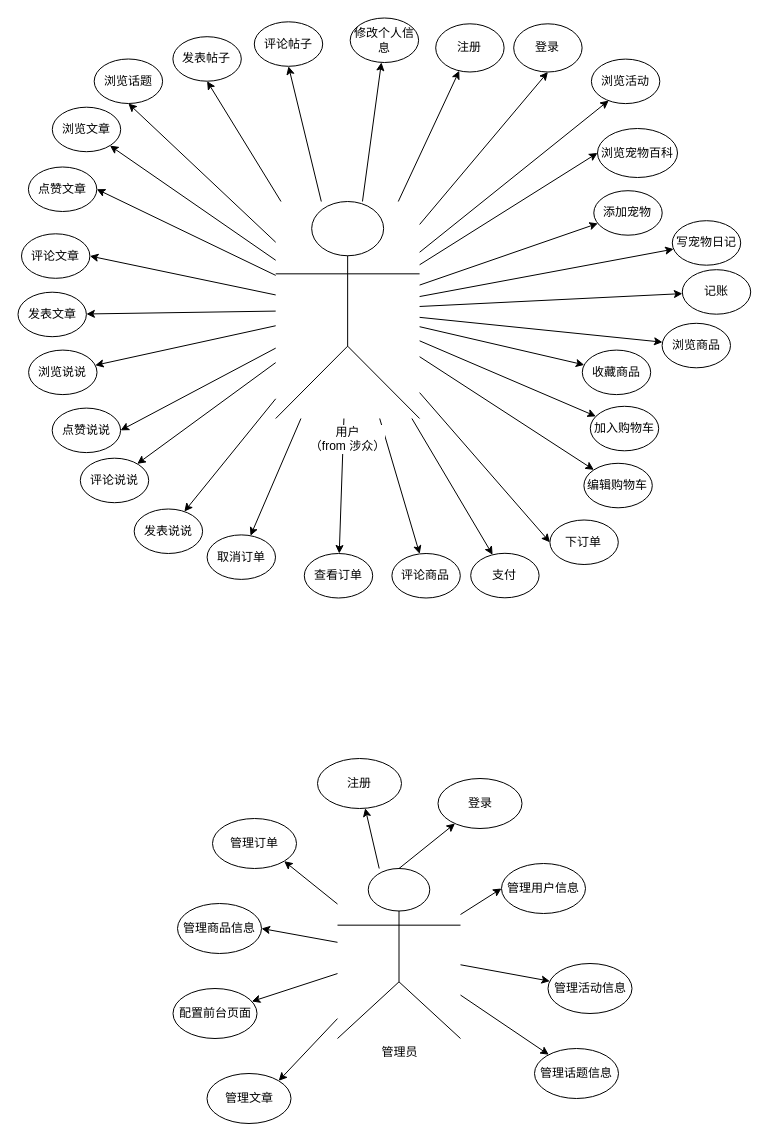
Above: pet/uml/业务建模/uml-业务用例图.drawio in JMHello/draw (draw.io), before the change. Source tidied: cells renumbered, new cells numbered last; positions are measured from the earlier drawing's top-left corner, leaving out a move shared by most shapes. Both pictures are drawn from the tidied source at 100%, with x=0, y=0 at pixel (17, 18).
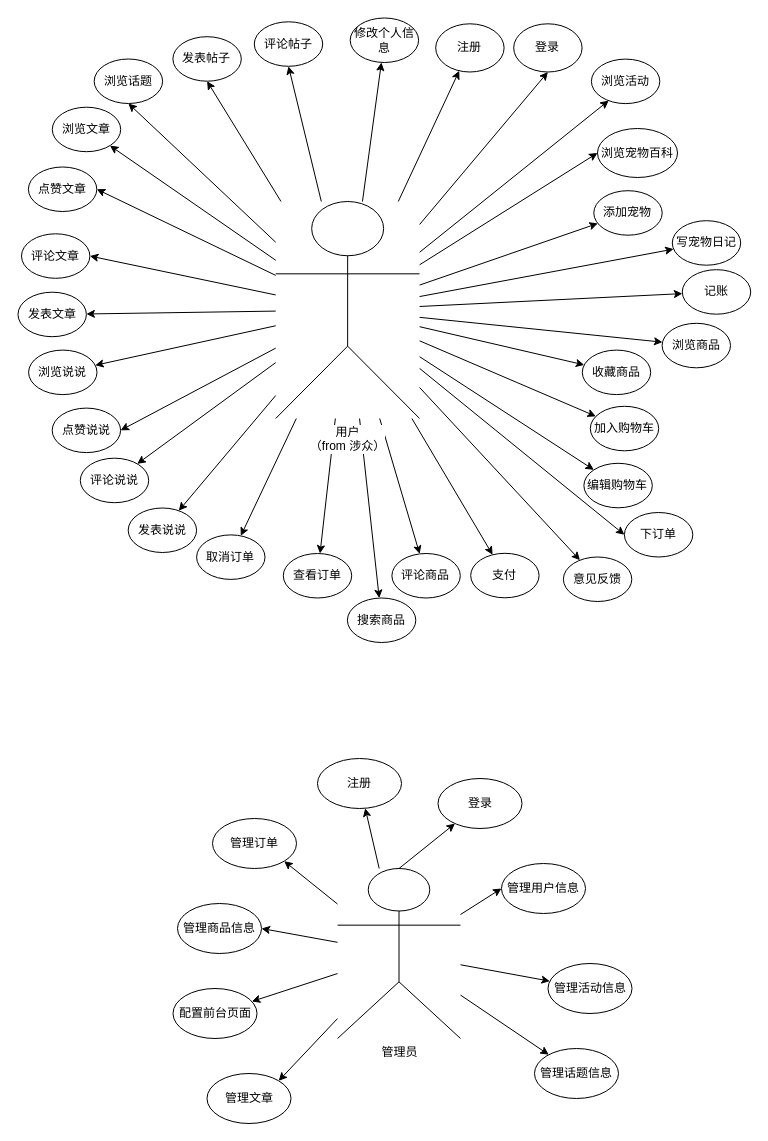
The same page after the edit.

Commit message:
Update uml-业务用例图.drawio

The change refers to these unchanged cells:
```xml
<mxCell id="74" value="用户&lt;br&gt;（from 涉众）&lt;br&gt;" style="shape=umlActor;verticalLabelPosition=bottom;labelBackgroundColor=#ffffff;verticalAlign=top;html=1;" parent="1" vertex="1">
  <mxGeometry x="258.2" y="183" width="143.9" height="217" as="geometry" />
</mxCell>
```

Change to the diagram source:
```diff
@@
     <mxCell id="41" value="发表说说" style="ellipse;whiteSpace=wrap;html=1;" parent="1" vertex="1">
-      <mxGeometry x="116.7" y="490.5" width="68.4" height="44.5" as="geometry" />
+      <mxGeometry x="110.7" y="489.5" width="68.4" height="44.5" as="geometry" />
     </mxCell>
@@
     <mxCell id="61" value="下订单" style="ellipse;whiteSpace=wrap;html=1;" parent="1" vertex="1">
-      <mxGeometry x="532.4" y="501.5" width="68.4" height="44.5" as="geometry" />
+      <mxGeometry x="606.9" y="494" width="68.4" height="44.5" as="geometry" />
     </mxCell>
@@
     <mxCell id="65" value="取消订单" style="ellipse;whiteSpace=wrap;html=1;" parent="1" vertex="1">
-      <mxGeometry x="189.6" y="516.4" width="68.4" height="44.5" as="geometry" />
+      <mxGeometry x="179.1" y="516.4" width="68.4" height="44.5" as="geometry" />
     </mxCell>
@@
     <mxCell id="67" value="查看订单" style="ellipse;whiteSpace=wrap;html=1;" parent="1" vertex="1">
-      <mxGeometry x="286.8" y="535" width="68.4" height="44.5" as="geometry" />
+      <mxGeometry x="265.8" y="535" width="68.4" height="44.5" as="geometry" />
     </mxCell>
@@
+    <mxCell id="78" style="rounded=0;jettySize=auto;html=1;" parent="1" edge="1" source="74" target="80">
+      <mxGeometry relative="1" as="geometry" />
+    </mxCell>
+    <mxCell id="79" style="edgeStyle=none;rounded=0;jettySize=auto;html=1;" parent="1" edge="1" source="74" target="81">
+      <mxGeometry relative="1" as="geometry" />
+    </mxCell>
@@
+    <mxCell id="80" value="意见反馈" style="ellipse;whiteSpace=wrap;html=1;" parent="1" vertex="1">
+      <mxGeometry x="545.9" y="538.5" width="68.4" height="44.5" as="geometry" />
+    </mxCell>
+    <mxCell id="81" value="搜索商品" style="ellipse;whiteSpace=wrap;html=1;" parent="1" vertex="1">
+      <mxGeometry x="329.9" y="579.5" width="68.4" height="44.5" as="geometry" />
+    </mxCell>
```
